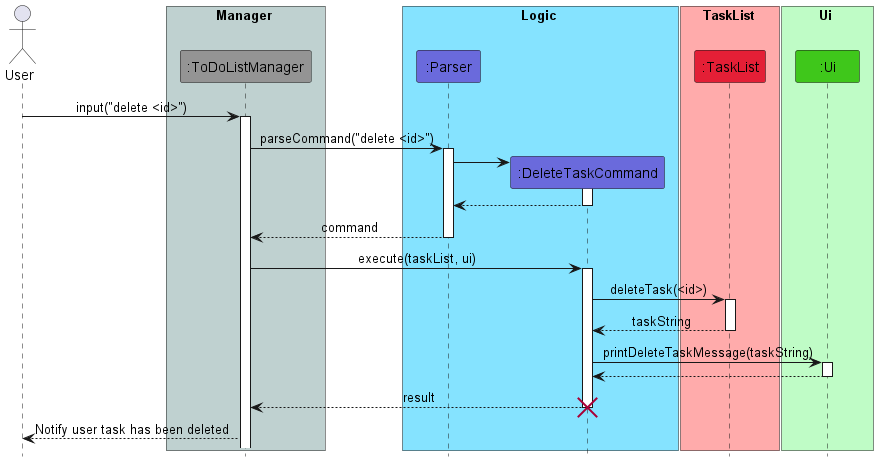
Earlier version of the PlantUML export docs/images/DeleteTaskCommandSequence.png (nus-cs2113-AY2223S2/tp).
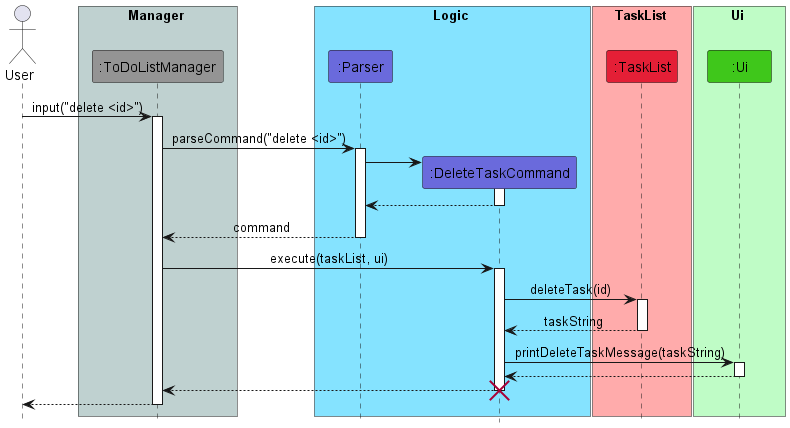
The same file after the commit.

What changed in the source:
```diff
@@ -33,7 +33,7 @@
 deactivate Parser
 ToDoListManager -> DeleteTaskCommand : execute(taskList, ui)
 activate DeleteTaskCommand
-DeleteTaskCommand -> TaskList: deleteTask(<id>)
+DeleteTaskCommand -> TaskList: deleteTask(id)
 activate TaskList
 TaskList --> DeleteTaskCommand : taskString
 deactivate TaskList
@@ -41,8 +41,9 @@
 activate Ui
 Ui --> DeleteTaskCommand
 deactivate Ui
-DeleteTaskCommand --> ToDoListManager : result
+DeleteTaskCommand --> ToDoListManager
 deactivate DeleteTaskCommand
 destroy DeleteTaskCommand
-ToDoListManager --> User : Notify user task has been deleted
+ToDoListManager --> User
+deactivate ToDoListManager
 @enduml
```
